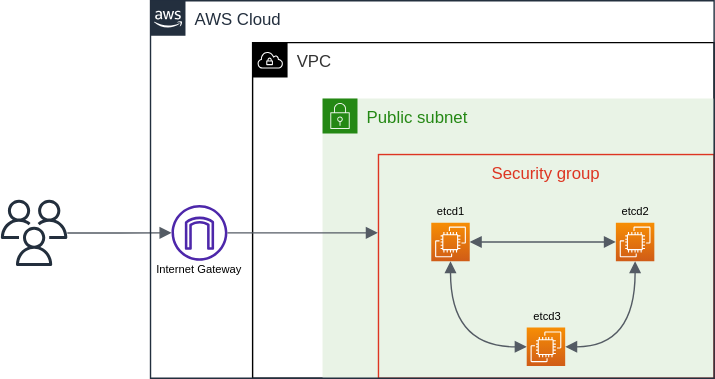
The draw.io diagram docs/etcd-architecture.svg in proventa/aws-postgresql-demo, before a commit. Source tidied: cells renumbered, new cells last; positions are measured from the earlier drawing's top-left corner, leaving out a move shared by most shapes. The source it was exported from:
```xml
<mxGraphModel>
  <root>
    <mxCell id="0" />
    <mxCell id="1" parent="0" />
    <mxCell id="2" value="VPC" style="sketch=0;gradientColor=none;html=1;whiteSpace=wrap;fontSize=12;fontStyle=0;shape=mxgraph.aws4.group;grIcon=mxgraph.aws4.group_vpc;strokeColor=#000000;fillColor=none;verticalAlign=top;align=left;spacingLeft=30;fontColor=#333333;dashed=0;" parent="1" vertex="1">
      <mxGeometry x="180" y="30" width="330" height="240" as="geometry" />
    </mxCell>
    <mxCell id="3" value="Public subnet" style="gradientColor=none;html=1;whiteSpace=wrap;fontSize=12;fontStyle=0;shape=mxgraph.aws4.group;grIcon=mxgraph.aws4.group_security_group;grStroke=0;strokeColor=#248814;fillColor=#E9F3E6;verticalAlign=top;align=left;spacingLeft=30;fontColor=#248814;dashed=0;" parent="1" vertex="1">
      <mxGeometry x="230" y="70" width="280" height="200" as="geometry" />
    </mxCell>
    <mxCell id="4" value="&lt;span style=&quot;font-size: 8px;&quot;&gt;etcd3&lt;/span&gt;" style="text;html=1;strokeColor=none;fillColor=none;align=center;verticalAlign=bottom;whiteSpace=wrap;rounded=0;" parent="3" vertex="1">
      <mxGeometry x="151" y="155" width="20" height="8.8" as="geometry" />
    </mxCell>
    <mxCell id="5" value="&lt;span style=&quot;font-size: 8px;&quot;&gt;etcd1&lt;br&gt;&lt;/span&gt;" style="text;html=1;strokeColor=none;fillColor=none;align=center;verticalAlign=bottom;whiteSpace=wrap;rounded=0;" parent="3" vertex="1">
      <mxGeometry x="81.5" y="80" width="20" height="8.8" as="geometry" />
    </mxCell>
    <mxCell id="6" style="sketch=0;points=[[0,0,0],[0.25,0,0],[0.5,0,0],[0.75,0,0],[1,0,0],[0,1,0],[0.25,1,0],[0.5,1,0],[0.75,1,0],[1,1,0],[0,0.25,0],[0,0.5,0],[0,0.75,0],[1,0.25,0],[1,0.5,0],[1,0.75,0]];outlineConnect=0;fontColor=#232F3E;gradientColor=#F78E04;gradientDirection=north;fillColor=#D05C17;strokeColor=#ffffff;dashed=0;verticalLabelPosition=bottom;verticalAlign=top;align=center;html=1;fontSize=12;fontStyle=0;shape=mxgraph.aws4.resourceIcon;resIcon=mxgraph.aws4.ec2;" parent="3" vertex="1">
      <mxGeometry x="77.8" y="88.8" width="27.5" height="27.5" as="geometry" />
    </mxCell>
    <mxCell id="7" value="Security group" style="fillColor=none;strokeColor=#DD3522;verticalAlign=top;fontStyle=0;fontColor=#DD3522;whiteSpace=wrap;html=1;" parent="3" vertex="1">
      <mxGeometry x="40" y="40" width="240" height="160" as="geometry" />
    </mxCell>
    <mxCell id="8" style="sketch=0;outlineConnect=0;fontColor=#232F3E;gradientColor=none;fillColor=#4D27AA;strokeColor=none;dashed=0;verticalLabelPosition=bottom;verticalAlign=top;align=center;html=1;fontSize=12;fontStyle=0;shape=mxgraph.aws4.internet_gateway;" parent="1" vertex="1">
      <mxGeometry x="122" y="146" width="40" height="40" as="geometry" />
    </mxCell>
    <mxCell id="9" style="edgeStyle=orthogonalEdgeStyle;html=1;endArrow=block;startArrow=block;startFill=1;endFill=1;strokeColor=#545B64;rounded=0;exitX=0.5;exitY=1;exitDx=0;exitDy=0;exitPerimeter=0;entryX=0;entryY=0.5;entryDx=0;entryDy=0;entryPerimeter=0;curved=1;" parent="1" edge="1" source="6" target="16">
      <mxGeometry relative="1" as="geometry" />
    </mxCell>
    <mxCell id="10" style="edgeStyle=orthogonalEdgeStyle;html=1;endArrow=block;startArrow=block;startFill=1;endFill=1;strokeColor=#545B64;rounded=0;curved=1;entryX=0;entryY=0.5;entryDx=0;entryDy=0;entryPerimeter=0;exitX=1;exitY=0.5;exitDx=0;exitDy=0;exitPerimeter=0;" parent="1" edge="1" source="6" target="15">
      <mxGeometry relative="1" as="geometry" />
    </mxCell>
    <mxCell id="11" style="edgeStyle=orthogonalEdgeStyle;html=1;endArrow=block;startArrow=block;startFill=1;endFill=1;strokeColor=#545B64;rounded=0;exitX=1;exitY=0.5;exitDx=0;exitDy=0;exitPerimeter=0;entryX=0.5;entryY=1;entryDx=0;entryDy=0;entryPerimeter=0;curved=1;" parent="1" edge="1" source="16">
      <mxGeometry relative="1" as="geometry">
        <mxPoint x="453.5" y="186.2" as="targetPoint" />
      </mxGeometry>
    </mxCell>
    <mxCell id="12" style="sketch=0;outlineConnect=0;fontColor=#232F3E;gradientColor=none;fillColor=#232F3D;strokeColor=none;dashed=0;verticalLabelPosition=bottom;verticalAlign=top;align=center;html=1;fontSize=12;fontStyle=0;shape=mxgraph.aws4.users;" parent="1" vertex="1">
      <mxGeometry y="142.2" width="47.5" height="47.5" as="geometry" />
    </mxCell>
    <mxCell id="13" style="edgeStyle=orthogonalEdgeStyle;html=1;endArrow=block;elbow=vertical;startArrow=none;endFill=1;strokeColor=#545B64;rounded=0;" parent="1" edge="1" source="12" target="8">
      <mxGeometry relative="1" as="geometry" />
    </mxCell>
    <mxCell id="14" style="edgeStyle=orthogonalEdgeStyle;html=1;endArrow=block;elbow=vertical;startArrow=none;endFill=1;strokeColor=#545B64;rounded=0;entryX=-0.002;entryY=0.35;entryDx=0;entryDy=0;entryPerimeter=0;" parent="1" edge="1" source="8" target="7">
      <mxGeometry relative="1" as="geometry" />
    </mxCell>
    <mxCell id="15" style="sketch=0;points=[[0,0,0],[0.25,0,0],[0.5,0,0],[0.75,0,0],[1,0,0],[0,1,0],[0.25,1,0],[0.5,1,0],[0.75,1,0],[1,1,0],[0,0.25,0],[0,0.5,0],[0,0.75,0],[1,0.25,0],[1,0.5,0],[1,0.75,0]];outlineConnect=0;fontColor=#232F3E;gradientColor=#F78E04;gradientDirection=north;fillColor=#D05C17;strokeColor=#ffffff;dashed=0;verticalLabelPosition=bottom;verticalAlign=top;align=center;html=1;fontSize=12;fontStyle=0;shape=mxgraph.aws4.resourceIcon;resIcon=mxgraph.aws4.ec2;" parent="1" vertex="1">
      <mxGeometry x="439.8" y="158.8" width="27.5" height="27.5" as="geometry" />
    </mxCell>
    <mxCell id="16" style="sketch=0;points=[[0,0,0],[0.25,0,0],[0.5,0,0],[0.75,0,0],[1,0,0],[0,1,0],[0.25,1,0],[0.5,1,0],[0.75,1,0],[1,1,0],[0,0.25,0],[0,0.5,0],[0,0.75,0],[1,0.25,0],[1,0.5,0],[1,0.75,0]];outlineConnect=0;fontColor=#232F3E;gradientColor=#F78E04;gradientDirection=north;fillColor=#D05C17;strokeColor=#ffffff;dashed=0;verticalLabelPosition=bottom;verticalAlign=top;align=center;html=1;fontSize=12;fontStyle=0;shape=mxgraph.aws4.resourceIcon;resIcon=mxgraph.aws4.ec2;" parent="1" vertex="1">
      <mxGeometry x="376" y="233.8" width="27.5" height="27.5" as="geometry" />
    </mxCell>
    <mxCell id="17" value="&lt;span style=&quot;font-size: 8px;&quot;&gt;etcd2&lt;br&gt;&lt;/span&gt;" style="text;html=1;strokeColor=none;fillColor=none;align=center;verticalAlign=bottom;whiteSpace=wrap;rounded=0;" parent="1" vertex="1">
      <mxGeometry x="443.5" y="150" width="20" height="8.8" as="geometry" />
    </mxCell>
    <mxCell id="18" value="&lt;font style=&quot;font-size: 8px;&quot;&gt;Internet Gateway&lt;/font&gt;" style="text;html=1;strokeColor=none;fillColor=none;align=center;verticalAlign=top;whiteSpace=wrap;rounded=0;" parent="1" vertex="1">
      <mxGeometry x="107" y="177.2" width="70" height="8.8" as="geometry" />
    </mxCell>
    <mxCell id="19" value="AWS Cloud" style="gradientColor=none;html=1;whiteSpace=wrap;fontSize=12;fontStyle=0;shape=mxgraph.aws4.group;grIcon=mxgraph.aws4.group_aws_cloud_alt;strokeColor=#232F3E;fillColor=none;verticalAlign=top;align=left;spacingLeft=30;fontColor=#232F3E;dashed=0;" parent="1" vertex="1">
      <mxGeometry x="107" width="403" height="270" as="geometry" />
    </mxCell>
  </root>
</mxGraphModel>
```
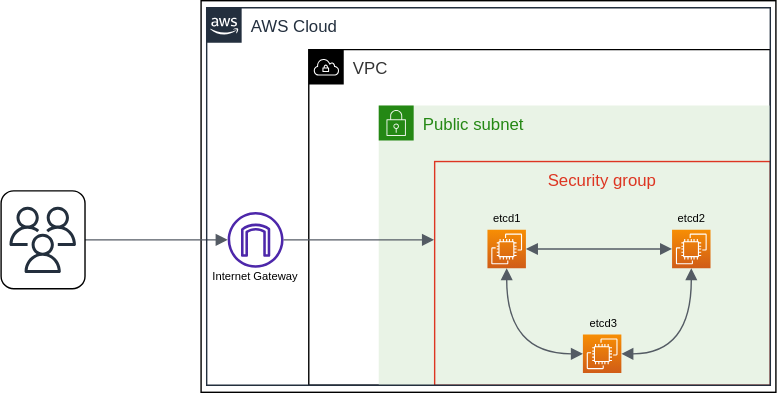
The same diagram one commit later.

Commit message:
update etcd architecture svg

Diff of the diagram source:
```diff
@@ -2,19 +2,22 @@
   <root>
     <mxCell id="0" />
     <mxCell id="1" parent="0" />
+    <mxCell id="20" style="rounded=0;whiteSpace=wrap;html=1;fillColor=#FFFFFF;glass=0;strokeColor=default;" parent="1" vertex="1">
+      <mxGeometry x="103" y="-5" width="411" height="280" as="geometry" />
+    </mxCell>
     <mxCell id="2" value="VPC" style="sketch=0;gradientColor=none;html=1;whiteSpace=wrap;fontSize=12;fontStyle=0;shape=mxgraph.aws4.group;grIcon=mxgraph.aws4.group_vpc;strokeColor=#000000;fillColor=none;verticalAlign=top;align=left;spacingLeft=30;fontColor=#333333;dashed=0;" parent="1" vertex="1">
       <mxGeometry x="180" y="30" width="330" height="240" as="geometry" />
     </mxCell>
     <mxCell id="3" value="Public subnet" style="gradientColor=none;html=1;whiteSpace=wrap;fontSize=12;fontStyle=0;shape=mxgraph.aws4.group;grIcon=mxgraph.aws4.group_security_group;grStroke=0;strokeColor=#248814;fillColor=#E9F3E6;verticalAlign=top;align=left;spacingLeft=30;fontColor=#248814;dashed=0;" parent="1" vertex="1">
       <mxGeometry x="230" y="70" width="280" height="200" as="geometry" />
     </mxCell>
-    <mxCell id="4" value="&lt;span style=&quot;font-size: 8px;&quot;&gt;etcd3&lt;/span&gt;" style="text;html=1;strokeColor=none;fillColor=none;align=center;verticalAlign=bottom;whiteSpace=wrap;rounded=0;" parent="3" vertex="1">
+    <mxCell id="4" value="&lt;span style=&quot;font-size: 8px;&quot;&gt;etcd3&lt;/span&gt;" style="text;html=1;strokeColor=none;fillColor=none;align=center;verticalAlign=bottom;whiteSpace=wrap;rounded=0;fontColor=#000000;" parent="3" vertex="1">
       <mxGeometry x="151" y="155" width="20" height="8.8" as="geometry" />
     </mxCell>
-    <mxCell id="5" value="&lt;span style=&quot;font-size: 8px;&quot;&gt;etcd1&lt;br&gt;&lt;/span&gt;" style="text;html=1;strokeColor=none;fillColor=none;align=center;verticalAlign=bottom;whiteSpace=wrap;rounded=0;" parent="3" vertex="1">
+    <mxCell id="5" value="&lt;span style=&quot;font-size: 8px;&quot;&gt;etcd1&lt;br&gt;&lt;/span&gt;" style="text;html=1;strokeColor=none;fillColor=none;align=center;verticalAlign=bottom;whiteSpace=wrap;rounded=0;fontColor=#000000;" parent="3" vertex="1">
       <mxGeometry x="81.5" y="80" width="20" height="8.8" as="geometry" />
     </mxCell>
-    <mxCell id="6" style="sketch=0;points=[[0,0,0],[0.25,0,0],[0.5,0,0],[0.75,0,0],[1,0,0],[0,1,0],[0.25,1,0],[0.5,1,0],[0.75,1,0],[1,1,0],[0,0.25,0],[0,0.5,0],[0,0.75,0],[1,0.25,0],[1,0.5,0],[1,0.75,0]];outlineConnect=0;fontColor=#232F3E;gradientColor=#F78E04;gradientDirection=north;fillColor=#D05C17;strokeColor=#ffffff;dashed=0;verticalLabelPosition=bottom;verticalAlign=top;align=center;html=1;fontSize=12;fontStyle=0;shape=mxgraph.aws4.resourceIcon;resIcon=mxgraph.aws4.ec2;" parent="3" vertex="1">
+    <mxCell id="6" style="sketch=0;points=[[0,0,0],[0.25,0,0],[0.5,0,0],[0.75,0,0],[1,0,0],[0,1,0],[0.25,1,0],[0.5,1,0],[0.75,1,0],[1,1,0],[0,0.25,0],[0,0.5,0],[0,0.75,0],[1,0.25,0],[1,0.5,0],[1,0.75,0]];outlineConnect=0;fontColor=#000000;gradientColor=#F78E04;gradientDirection=north;fillColor=#D05C17;strokeColor=#ffffff;dashed=0;verticalLabelPosition=bottom;verticalAlign=top;align=center;html=1;fontSize=12;fontStyle=0;shape=mxgraph.aws4.resourceIcon;resIcon=mxgraph.aws4.ec2;" parent="3" vertex="1">
       <mxGeometry x="77.8" y="88.8" width="27.5" height="27.5" as="geometry" />
     </mxCell>
     <mxCell id="7" value="Security group" style="fillColor=none;strokeColor=#DD3522;verticalAlign=top;fontStyle=0;fontColor=#DD3522;whiteSpace=wrap;html=1;" parent="3" vertex="1">
@@ -23,40 +26,51 @@
     <mxCell id="8" style="sketch=0;outlineConnect=0;fontColor=#232F3E;gradientColor=none;fillColor=#4D27AA;strokeColor=none;dashed=0;verticalLabelPosition=bottom;verticalAlign=top;align=center;html=1;fontSize=12;fontStyle=0;shape=mxgraph.aws4.internet_gateway;" parent="1" vertex="1">
       <mxGeometry x="122" y="146" width="40" height="40" as="geometry" />
     </mxCell>
-    <mxCell id="9" style="edgeStyle=orthogonalEdgeStyle;html=1;endArrow=block;startArrow=block;startFill=1;endFill=1;strokeColor=#545B64;rounded=0;exitX=0.5;exitY=1;exitDx=0;exitDy=0;exitPerimeter=0;entryX=0;entryY=0.5;entryDx=0;entryDy=0;entryPerimeter=0;curved=1;" parent="1" edge="1" source="6" target="16">
+    <mxCell id="9" style="edgeStyle=orthogonalEdgeStyle;html=1;endArrow=block;startArrow=block;startFill=1;endFill=1;strokeColor=#545B64;rounded=0;exitX=0.5;exitY=1;exitDx=0;exitDy=0;exitPerimeter=0;entryX=0;entryY=0.5;entryDx=0;entryDy=0;entryPerimeter=0;curved=1;fontColor=#000000;" parent="1" edge="1" source="6" target="16">
       <mxGeometry relative="1" as="geometry" />
     </mxCell>
-    <mxCell id="10" style="edgeStyle=orthogonalEdgeStyle;html=1;endArrow=block;startArrow=block;startFill=1;endFill=1;strokeColor=#545B64;rounded=0;curved=1;entryX=0;entryY=0.5;entryDx=0;entryDy=0;entryPerimeter=0;exitX=1;exitY=0.5;exitDx=0;exitDy=0;exitPerimeter=0;" parent="1" edge="1" source="6" target="15">
+    <mxCell id="10" style="edgeStyle=orthogonalEdgeStyle;html=1;endArrow=block;startArrow=block;startFill=1;endFill=1;strokeColor=#545B64;rounded=0;curved=1;entryX=0;entryY=0.5;entryDx=0;entryDy=0;entryPerimeter=0;exitX=1;exitY=0.5;exitDx=0;exitDy=0;exitPerimeter=0;fontColor=#000000;" parent="1" edge="1" source="6" target="15">
       <mxGeometry relative="1" as="geometry" />
     </mxCell>
-    <mxCell id="11" style="edgeStyle=orthogonalEdgeStyle;html=1;endArrow=block;startArrow=block;startFill=1;endFill=1;strokeColor=#545B64;rounded=0;exitX=1;exitY=0.5;exitDx=0;exitDy=0;exitPerimeter=0;entryX=0.5;entryY=1;entryDx=0;entryDy=0;entryPerimeter=0;curved=1;" parent="1" edge="1" source="16">
+    <mxCell id="11" style="edgeStyle=orthogonalEdgeStyle;html=1;endArrow=block;startArrow=block;startFill=1;endFill=1;strokeColor=#545B64;rounded=0;exitX=1;exitY=0.5;exitDx=0;exitDy=0;exitPerimeter=0;entryX=0.5;entryY=1;entryDx=0;entryDy=0;entryPerimeter=0;curved=1;fontColor=#000000;" parent="1" edge="1" source="16">
       <mxGeometry relative="1" as="geometry">
         <mxPoint x="453.5" y="186.2" as="targetPoint" />
       </mxGeometry>
     </mxCell>
-    <mxCell id="12" style="sketch=0;outlineConnect=0;fontColor=#232F3E;gradientColor=none;fillColor=#232F3D;strokeColor=none;dashed=0;verticalLabelPosition=bottom;verticalAlign=top;align=center;html=1;fontSize=12;fontStyle=0;shape=mxgraph.aws4.users;" parent="1" vertex="1">
-      <mxGeometry y="142.2" width="47.5" height="47.5" as="geometry" />
-    </mxCell>
-    <mxCell id="13" style="edgeStyle=orthogonalEdgeStyle;html=1;endArrow=block;elbow=vertical;startArrow=none;endFill=1;strokeColor=#545B64;rounded=0;" parent="1" edge="1" source="12" target="8">
-      <mxGeometry relative="1" as="geometry" />
+    <mxCell id="13" style="edgeStyle=orthogonalEdgeStyle;html=1;endArrow=block;elbow=vertical;startArrow=none;endFill=1;strokeColor=#545B64;rounded=0;exitX=1;exitY=0.5;exitDx=0;exitDy=0;" parent="1" edge="1" source="22" target="8">
+      <mxGeometry relative="1" as="geometry">
+        <Array as="points">
+          <mxPoint x="70" y="166" />
+          <mxPoint x="70" y="166" />
+        </Array>
+      </mxGeometry>
     </mxCell>
     <mxCell id="14" style="edgeStyle=orthogonalEdgeStyle;html=1;endArrow=block;elbow=vertical;startArrow=none;endFill=1;strokeColor=#545B64;rounded=0;entryX=-0.002;entryY=0.35;entryDx=0;entryDy=0;entryPerimeter=0;" parent="1" edge="1" source="8" target="7">
       <mxGeometry relative="1" as="geometry" />
     </mxCell>
-    <mxCell id="15" style="sketch=0;points=[[0,0,0],[0.25,0,0],[0.5,0,0],[0.75,0,0],[1,0,0],[0,1,0],[0.25,1,0],[0.5,1,0],[0.75,1,0],[1,1,0],[0,0.25,0],[0,0.5,0],[0,0.75,0],[1,0.25,0],[1,0.5,0],[1,0.75,0]];outlineConnect=0;fontColor=#232F3E;gradientColor=#F78E04;gradientDirection=north;fillColor=#D05C17;strokeColor=#ffffff;dashed=0;verticalLabelPosition=bottom;verticalAlign=top;align=center;html=1;fontSize=12;fontStyle=0;shape=mxgraph.aws4.resourceIcon;resIcon=mxgraph.aws4.ec2;" parent="1" vertex="1">
+    <mxCell id="15" style="sketch=0;points=[[0,0,0],[0.25,0,0],[0.5,0,0],[0.75,0,0],[1,0,0],[0,1,0],[0.25,1,0],[0.5,1,0],[0.75,1,0],[1,1,0],[0,0.25,0],[0,0.5,0],[0,0.75,0],[1,0.25,0],[1,0.5,0],[1,0.75,0]];outlineConnect=0;fontColor=#000000;gradientColor=#F78E04;gradientDirection=north;fillColor=#D05C17;strokeColor=#ffffff;dashed=0;verticalLabelPosition=bottom;verticalAlign=top;align=center;html=1;fontSize=12;fontStyle=0;shape=mxgraph.aws4.resourceIcon;resIcon=mxgraph.aws4.ec2;" parent="1" vertex="1">
       <mxGeometry x="439.8" y="158.8" width="27.5" height="27.5" as="geometry" />
     </mxCell>
-    <mxCell id="16" style="sketch=0;points=[[0,0,0],[0.25,0,0],[0.5,0,0],[0.75,0,0],[1,0,0],[0,1,0],[0.25,1,0],[0.5,1,0],[0.75,1,0],[1,1,0],[0,0.25,0],[0,0.5,0],[0,0.75,0],[1,0.25,0],[1,0.5,0],[1,0.75,0]];outlineConnect=0;fontColor=#232F3E;gradientColor=#F78E04;gradientDirection=north;fillColor=#D05C17;strokeColor=#ffffff;dashed=0;verticalLabelPosition=bottom;verticalAlign=top;align=center;html=1;fontSize=12;fontStyle=0;shape=mxgraph.aws4.resourceIcon;resIcon=mxgraph.aws4.ec2;" parent="1" vertex="1">
+    <mxCell id="16" style="sketch=0;points=[[0,0,0],[0.25,0,0],[0.5,0,0],[0.75,0,0],[1,0,0],[0,1,0],[0.25,1,0],[0.5,1,0],[0.75,1,0],[1,1,0],[0,0.25,0],[0,0.5,0],[0,0.75,0],[1,0.25,0],[1,0.5,0],[1,0.75,0]];outlineConnect=0;fontColor=#000000;gradientColor=#F78E04;gradientDirection=north;fillColor=#D05C17;strokeColor=#ffffff;dashed=0;verticalLabelPosition=bottom;verticalAlign=top;align=center;html=1;fontSize=12;fontStyle=0;shape=mxgraph.aws4.resourceIcon;resIcon=mxgraph.aws4.ec2;" parent="1" vertex="1">
       <mxGeometry x="376" y="233.8" width="27.5" height="27.5" as="geometry" />
     </mxCell>
-    <mxCell id="17" value="&lt;span style=&quot;font-size: 8px;&quot;&gt;etcd2&lt;br&gt;&lt;/span&gt;" style="text;html=1;strokeColor=none;fillColor=none;align=center;verticalAlign=bottom;whiteSpace=wrap;rounded=0;" parent="1" vertex="1">
+    <mxCell id="17" value="&lt;span style=&quot;font-size: 8px;&quot;&gt;etcd2&lt;br&gt;&lt;/span&gt;" style="text;html=1;strokeColor=none;fillColor=none;align=center;verticalAlign=bottom;whiteSpace=wrap;rounded=0;fontColor=#000000;" parent="1" vertex="1">
       <mxGeometry x="443.5" y="150" width="20" height="8.8" as="geometry" />
     </mxCell>
-    <mxCell id="18" value="&lt;font style=&quot;font-size: 8px;&quot;&gt;Internet Gateway&lt;/font&gt;" style="text;html=1;strokeColor=none;fillColor=none;align=center;verticalAlign=top;whiteSpace=wrap;rounded=0;" parent="1" vertex="1">
+    <mxCell id="18" value="&lt;font style=&quot;font-size: 8px;&quot;&gt;Internet Gateway&lt;/font&gt;" style="text;html=1;strokeColor=none;fillColor=none;align=center;verticalAlign=top;whiteSpace=wrap;rounded=0;fontColor=#000000;" parent="1" vertex="1">
       <mxGeometry x="107" y="177.2" width="70" height="8.8" as="geometry" />
     </mxCell>
     <mxCell id="19" value="AWS Cloud" style="gradientColor=none;html=1;whiteSpace=wrap;fontSize=12;fontStyle=0;shape=mxgraph.aws4.group;grIcon=mxgraph.aws4.group_aws_cloud_alt;strokeColor=#232F3E;fillColor=none;verticalAlign=top;align=left;spacingLeft=30;fontColor=#232F3E;dashed=0;" parent="1" vertex="1">
       <mxGeometry x="107" width="403" height="270" as="geometry" />
     </mxCell>
+    <mxCell id="21" style="group;" parent="1" vertex="1">
+      <mxGeometry x="-40" y="131" width="60" height="70" as="geometry" />
+    </mxCell>
+    <mxCell id="22" style="rounded=1;whiteSpace=wrap;html=1;fillColor=#FFFFFF;" parent="21" vertex="1">
+      <mxGeometry width="60" height="70" as="geometry" />
+    </mxCell>
+    <mxCell id="12" style="sketch=0;outlineConnect=0;fontColor=#232F3E;gradientColor=none;fillColor=#232F3D;strokeColor=none;dashed=0;verticalLabelPosition=bottom;verticalAlign=top;align=center;html=1;fontSize=12;fontStyle=0;shape=mxgraph.aws4.users;" parent="21" vertex="1">
+      <mxGeometry x="6" y="11.2" width="47.5" height="47.5" as="geometry" />
+    </mxCell>
   </root>
 </mxGraphModel>
```
